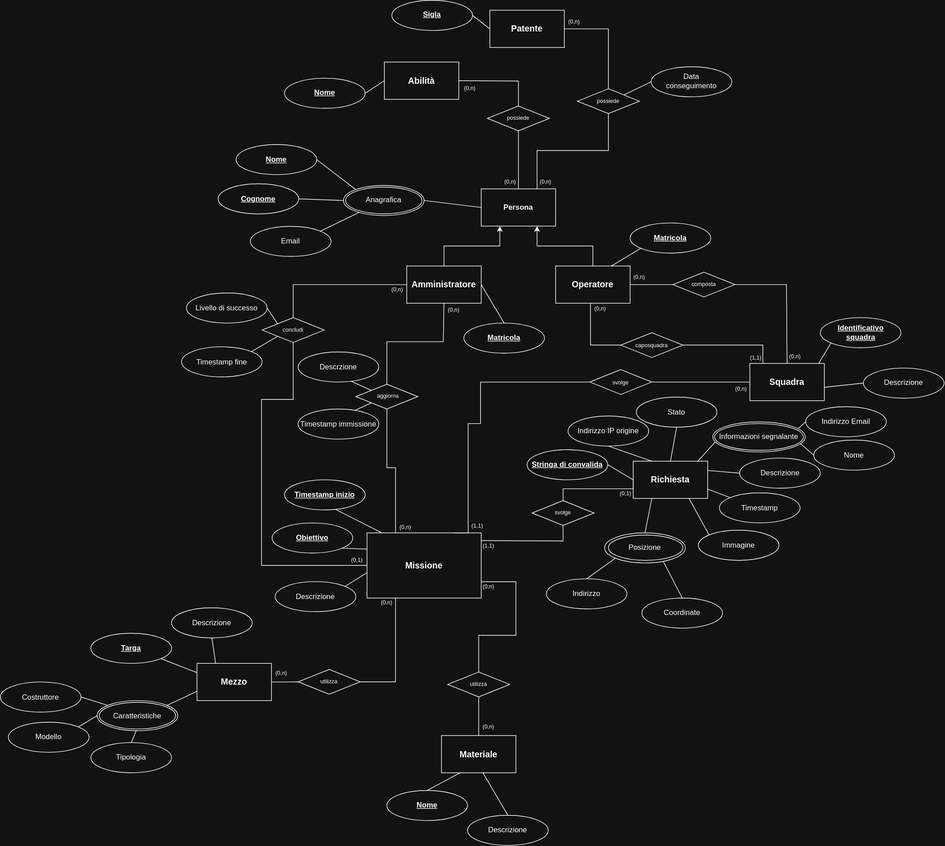
Earlier version of the draw.io export soccorso/ER/ER_soccorso.svg (ScappaMarco/Soccorso). Source tidied: cells renumbered, new cells last; positions are measured from the earlier drawing's top-left corner, leaving out a move shared by most shapes.
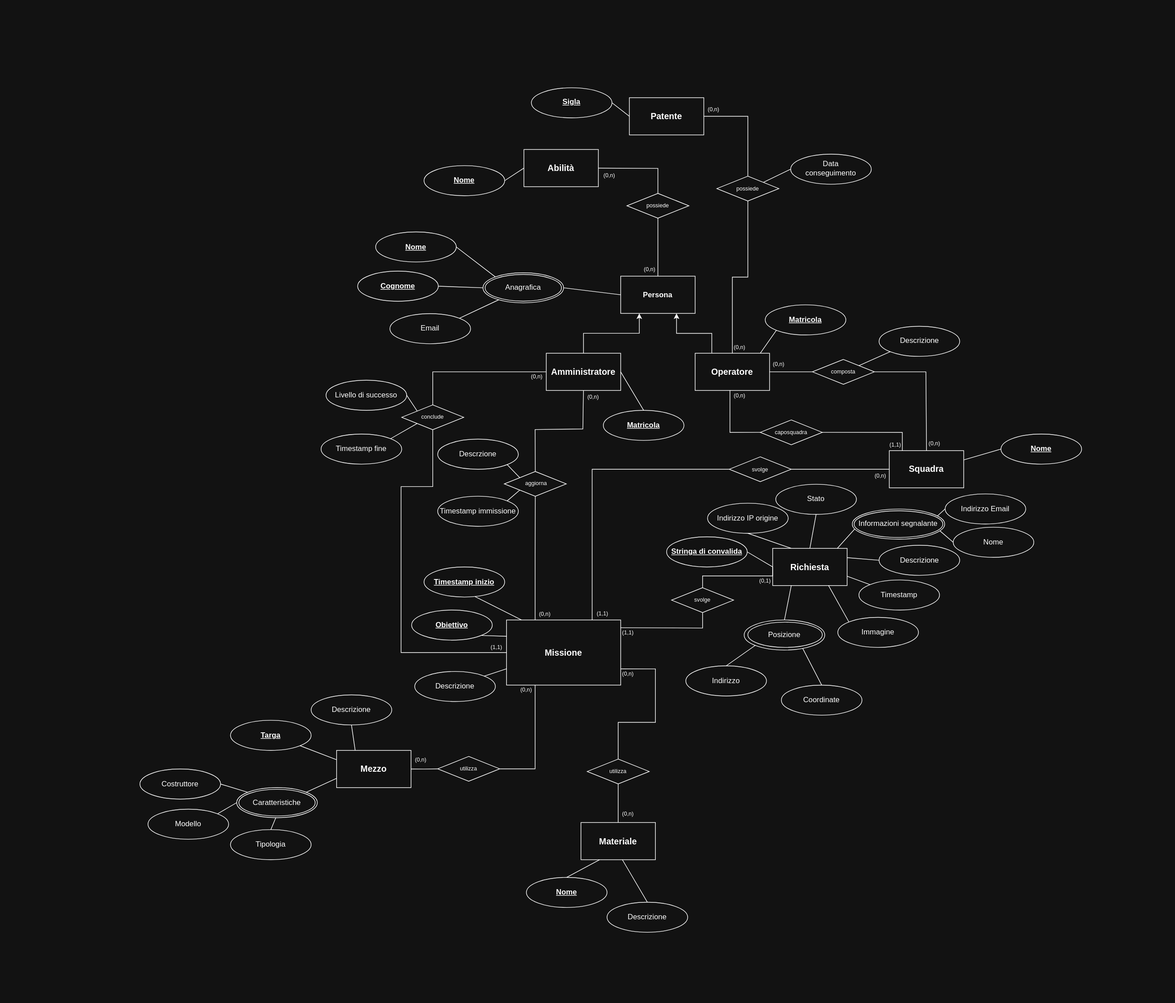
After the commit.

Diff of the diagram source:
```diff
@@ -14,8 +14,13 @@
     <mxCell id="5" style="endArrow=classic;html=1;rounded=0;exitX=0.5;exitY=0;exitDx=0;exitDy=0;entryX=0.25;entryY=1;entryDx=0;entryDy=0;edgeStyle=orthogonalEdgeStyle;" parent="1" edge="1" source="3" target="2">
       <mxGeometry relative="1" as="geometry" />
     </mxCell>
-    <mxCell id="6" style="endArrow=classic;html=1;rounded=0;entryX=0.75;entryY=1;entryDx=0;entryDy=0;exitX=0.5;exitY=0;exitDx=0;exitDy=0;edgeStyle=orthogonalEdgeStyle;" parent="1" edge="1" source="4" target="2">
-      <mxGeometry relative="1" as="geometry" />
+    <mxCell id="6" style="endArrow=classic;html=1;rounded=0;entryX=0.75;entryY=1;entryDx=0;entryDy=0;exitX=0.224;exitY=-0.006;exitDx=0;exitDy=0;edgeStyle=orthogonalEdgeStyle;exitPerimeter=0;" parent="1" edge="1" source="4" target="2">
+      <mxGeometry relative="1" as="geometry">
+        <Array as="points">
+          <mxPoint x="922" y="396" />
+          <mxPoint x="865" y="396" />
+        </Array>
+      </mxGeometry>
     </mxCell>
     <mxCell id="7" value="&lt;font style=&quot;font-size: 14px;&quot;&gt;&lt;b&gt;Squadra&lt;/b&gt;&lt;/font&gt;" style="rounded=0;whiteSpace=wrap;html=1;" parent="1" vertex="1">
       <mxGeometry x="1208" y="585" width="120" height="60" as="geometry" />
@@ -110,13 +115,8 @@
     <mxCell id="35" value="&lt;font style=&quot;font-size: 9px;&quot;&gt;possiede&lt;/font&gt;" style="text;html=1;align=center;verticalAlign=middle;whiteSpace=wrap;rounded=0;" parent="1" vertex="1">
       <mxGeometry x="950" y="146.5" width="60" height="30" as="geometry" />
     </mxCell>
-    <mxCell id="36" style="endArrow=none;html=1;rounded=0;exitX=0.75;exitY=0;exitDx=0;exitDy=0;entryX=0.5;entryY=1;entryDx=0;entryDy=0;" parent="1" edge="1" source="2" target="34">
-      <mxGeometry relative="1" as="geometry">
-        <Array as="points">
-          <mxPoint x="865" y="242" />
-          <mxPoint x="980" y="242" />
-        </Array>
-      </mxGeometry>
+    <mxCell id="36" style="endArrow=none;html=1;rounded=0;exitX=0.5;exitY=0;exitDx=0;exitDy=0;entryX=0.5;entryY=1;entryDx=0;entryDy=0;edgeStyle=orthogonalEdgeStyle;" parent="1" edge="1" source="4" target="34">
+      <mxGeometry relative="1" as="geometry" />
     </mxCell>
     <mxCell id="37" style="endArrow=none;html=1;rounded=0;entryX=1;entryY=0.5;entryDx=0;entryDy=0;exitX=0.5;exitY=0;exitDx=0;exitDy=0;" parent="1" edge="1" source="34" target="30">
       <mxGeometry relative="1" as="geometry">
@@ -129,7 +129,7 @@
       <mxGeometry x="895" y="18.5" width="60" height="30" as="geometry" />
     </mxCell>
     <mxCell id="39" value="&lt;font style=&quot;font-size: 9px;&quot;&gt;(0,n)&lt;/font&gt;" style="text;html=1;align=center;verticalAlign=middle;whiteSpace=wrap;rounded=0;" parent="1" vertex="1">
-      <mxGeometry x="849" y="276.5" width="60" height="30" as="geometry" />
+      <mxGeometry x="937" y="403" width="60" height="30" as="geometry" />
     </mxCell>
     <mxCell id="40" style="ellipse;whiteSpace=wrap;html=1;rounded=0;" parent="1" vertex="1">
       <mxGeometry x="1049" y="107" width="130" height="48.5" as="geometry" />
@@ -178,15 +178,15 @@
       <mxGeometry x="591" y="858" width="184" height="105" as="geometry" />
     </mxCell>
     <mxCell id="54" style="rhombus;whiteSpace=wrap;html=1;rounded=0;" parent="1" vertex="1">
-      <mxGeometry x="573" y="618.5" width="100" height="40" as="geometry" />
+      <mxGeometry x="587.3" y="618.6" width="100" height="40" as="geometry" />
     </mxCell>
     <mxCell id="55" value="&lt;font style=&quot;font-size: 9px;&quot;&gt;aggiorna&lt;/font&gt;" style="text;html=1;align=center;verticalAlign=middle;whiteSpace=wrap;rounded=0;" parent="1" vertex="1">
-      <mxGeometry x="595" y="621.5" width="60" height="30" as="geometry" />
+      <mxGeometry x="609.3" y="621.6" width="60" height="30" as="geometry" />
     </mxCell>
     <mxCell id="56" style="endArrow=none;html=1;rounded=0;entryX=0.5;entryY=1;entryDx=0;entryDy=0;exitX=0.5;exitY=0;exitDx=0;exitDy=0;" parent="1" edge="1" source="54" target="3">
       <mxGeometry relative="1" as="geometry">
         <Array as="points">
-          <mxPoint x="623" y="550" />
+          <mxPoint x="637" y="551" />
           <mxPoint x="714" y="550" />
         </Array>
       </mxGeometry>
@@ -195,7 +195,6 @@
       <mxGeometry relative="1" as="geometry">
         <Array as="points">
           <mxPoint x="637" y="753" />
-          <mxPoint x="623" y="753" />
         </Array>
       </mxGeometry>
     </mxCell>
@@ -208,7 +207,7 @@
     <mxCell id="60" style="rhombus;whiteSpace=wrap;html=1;rounded=0;" parent="1" vertex="1">
       <mxGeometry x="422" y="511.2" width="100" height="40" as="geometry" />
     </mxCell>
-    <mxCell id="61" value="&lt;font style=&quot;font-size: 9px;&quot;&gt;concludi&lt;/font&gt;" style="text;html=1;align=center;verticalAlign=middle;whiteSpace=wrap;rounded=0;" parent="1" vertex="1">
+    <mxCell id="61" value="&lt;font style=&quot;font-size: 9px;&quot;&gt;conclude&lt;/font&gt;" style="text;html=1;align=center;verticalAlign=middle;whiteSpace=wrap;rounded=0;" parent="1" vertex="1">
       <mxGeometry x="442" y="514.5" width="60" height="30" as="geometry" />
     </mxCell>
     <mxCell id="62" style="endArrow=none;html=1;rounded=0;exitX=0.5;exitY=0;exitDx=0;exitDy=0;entryX=0;entryY=0.5;entryDx=0;entryDy=0;" parent="1" edge="1" source="60" target="3">
@@ -230,7 +229,7 @@
     <mxCell id="64" value="&lt;font style=&quot;font-size: 9px;&quot;&gt;(0,n)&lt;/font&gt;" style="text;html=1;align=center;verticalAlign=middle;whiteSpace=wrap;rounded=0;" parent="1" vertex="1">
       <mxGeometry x="610" y="450" width="60" height="30" as="geometry" />
     </mxCell>
-    <mxCell id="65" value="&lt;font style=&quot;font-size: 9px;&quot;&gt;(0,1)&lt;/font&gt;" style="text;html=1;align=center;verticalAlign=middle;whiteSpace=wrap;rounded=0;" parent="1" vertex="1">
+    <mxCell id="65" value="&lt;font style=&quot;font-size: 9px;&quot;&gt;(1,1)&lt;/font&gt;" style="text;html=1;align=center;verticalAlign=middle;whiteSpace=wrap;rounded=0;" parent="1" vertex="1">
       <mxGeometry x="545" y="886" width="60" height="30" as="geometry" />
     </mxCell>
     <mxCell id="66" value="Descrzione" style="ellipse;whiteSpace=wrap;html=1;rounded=0;" parent="1" vertex="1">
@@ -239,10 +238,10 @@
     <mxCell id="67" value="Timestamp immissione" style="ellipse;whiteSpace=wrap;html=1;rounded=0;" parent="1" vertex="1">
       <mxGeometry x="480" y="658.5" width="130" height="48.5" as="geometry" />
     </mxCell>
-    <mxCell id="68" style="endArrow=none;html=1;rounded=0;entryX=0.659;entryY=0.973;entryDx=0;entryDy=0;exitX=0;exitY=0;exitDx=0;exitDy=0;entryPerimeter=0;" parent="1" edge="1" source="54" target="66">
+    <mxCell id="68" style="endArrow=none;html=1;rounded=0;entryX=1;entryY=1;entryDx=0;entryDy=0;exitX=0;exitY=0;exitDx=0;exitDy=0;" parent="1" edge="1" source="54" target="66">
       <mxGeometry relative="1" as="geometry" />
     </mxCell>
-    <mxCell id="69" style="endArrow=none;html=1;rounded=0;exitX=0;exitY=1;exitDx=0;exitDy=0;entryX=0.711;entryY=0.034;entryDx=0;entryDy=0;entryPerimeter=0;" parent="1" edge="1" source="54" target="67">
+    <mxCell id="69" style="endArrow=none;html=1;rounded=0;exitX=0;exitY=1;exitDx=0;exitDy=0;entryX=1;entryY=0;entryDx=0;entryDy=0;" parent="1" edge="1" source="54" target="67">
       <mxGeometry relative="1" as="geometry" />
     </mxCell>
     <mxCell id="70" value="Livello di successo" style="ellipse;whiteSpace=wrap;html=1;rounded=0;" parent="1" vertex="1">
@@ -334,9 +333,9 @@
       <mxGeometry relative="1" as="geometry" />
     </mxCell>
     <mxCell id="97" value="Descrizione" style="ellipse;whiteSpace=wrap;html=1;rounded=0;" parent="1" vertex="1">
-      <mxGeometry x="443" y="936.5" width="130" height="48.5" as="geometry" />
+      <mxGeometry x="443" y="941" width="130" height="48.5" as="geometry" />
     </mxCell>
-    <mxCell id="98" style="endArrow=none;html=1;rounded=0;entryX=0;entryY=0.611;entryDx=0;entryDy=0;exitX=1;exitY=0;exitDx=0;exitDy=0;entryPerimeter=0;" parent="1" edge="1" source="97" target="53">
+    <mxCell id="98" style="endArrow=none;html=1;rounded=0;entryX=0;entryY=0.75;entryDx=0;entryDy=0;exitX=1;exitY=0;exitDx=0;exitDy=0;" parent="1" edge="1" source="97" target="53">
       <mxGeometry relative="1" as="geometry" />
     </mxCell>
     <mxCell id="99" value="Timestamp" style="ellipse;whiteSpace=wrap;html=1;rounded=0;" parent="1" vertex="1">
@@ -372,10 +371,7 @@
     <mxCell id="109" style="endArrow=none;html=1;rounded=0;edgeStyle=orthogonalEdgeStyle;exitX=0.75;exitY=0;exitDx=0;exitDy=0;entryX=0;entryY=0.5;entryDx=0;entryDy=0;" parent="1" edge="1" source="53" target="107">
       <mxGeometry relative="1" as="geometry">
         <Array as="points">
-          <mxPoint x="754" y="858" />
-          <mxPoint x="754" y="682" />
-          <mxPoint x="774" y="682" />
-          <mxPoint x="774" y="615" />
+          <mxPoint x="729" y="615" />
         </Array>
       </mxGeometry>
     </mxCell>
@@ -386,7 +382,7 @@
       <mxGeometry x="1164" y="610" width="60" height="30" as="geometry" />
     </mxCell>
     <mxCell id="112" value="&lt;font style=&quot;font-size: 9px;&quot;&gt;(1,1)&lt;/font&gt;" style="text;html=1;align=center;verticalAlign=middle;whiteSpace=wrap;rounded=0;" parent="1" vertex="1">
-      <mxGeometry x="739" y="830.5" width="60" height="30" as="geometry" />
+      <mxGeometry x="715.5" y="831.5" width="60" height="30" as="geometry" />
     </mxCell>
     <mxCell id="113" value="&lt;font style=&quot;font-size: 14px;&quot;&gt;&lt;b&gt;Mezzo&lt;/b&gt;&lt;/font&gt;" style="rounded=0;whiteSpace=wrap;html=1;" parent="1" vertex="1">
       <mxGeometry x="317" y="1068.2" width="120" height="60" as="geometry" />
@@ -489,33 +485,22 @@
     <mxCell id="143" style="endArrow=none;html=1;rounded=0;entryX=1;entryY=0.5;entryDx=0;entryDy=0;exitX=0;exitY=0;exitDx=0;exitDy=0;" parent="1" edge="1" source="133" target="138">
       <mxGeometry relative="1" as="geometry" />
     </mxCell>
-    <mxCell id="144" style="ellipse;whiteSpace=wrap;html=1;rounded=0;" parent="1" vertex="1">
-      <mxGeometry x="1321.5" y="511.2" width="130" height="48.5" as="geometry" />
-    </mxCell>
-    <mxCell id="145" value="&lt;b&gt;&lt;u&gt;Identificativo squadra&lt;/u&gt;&lt;/b&gt;" style="text;html=1;align=center;verticalAlign=middle;whiteSpace=wrap;rounded=0;" parent="1" vertex="1">
-      <mxGeometry x="1341.5" y="519.5" width="90" height="30" as="geometry" />
-    </mxCell>
     <mxCell id="146" style="ellipse;whiteSpace=wrap;html=1;rounded=0;" parent="1" vertex="1">
-      <mxGeometry x="1391" y="592.5" width="130" height="48.5" as="geometry" />
+      <mxGeometry x="1388" y="558.2" width="130" height="48.5" as="geometry" />
     </mxCell>
-    <mxCell id="147" value="Descrizione" style="text;html=1;align=center;verticalAlign=middle;whiteSpace=wrap;rounded=0;" parent="1" vertex="1">
-      <mxGeometry x="1411" y="600.8" width="90" height="30" as="geometry" />
+    <mxCell id="147" value="&lt;u&gt;&lt;b&gt;Nome&lt;/b&gt;&lt;/u&gt;" style="text;html=1;align=center;verticalAlign=middle;whiteSpace=wrap;rounded=0;" parent="1" vertex="1">
+      <mxGeometry x="1408" y="566.5" width="90" height="30" as="geometry" />
     </mxCell>
-    <mxCell id="148" style="endArrow=none;html=1;rounded=0;exitX=0.924;exitY=0.017;exitDx=0;exitDy=0;exitPerimeter=0;entryX=0;entryY=1;entryDx=0;entryDy=0;" parent="1" edge="1" target="144">
-      <mxGeometry relative="1" as="geometry">
-        <mxPoint x="1318.9" y="585" as="sourcePoint" />
-      </mxGeometry>
-    </mxCell>
-    <mxCell id="149" style="endArrow=none;html=1;rounded=0;entryX=0;entryY=0.5;entryDx=0;entryDy=0;exitX=1;exitY=0.5;exitDx=0;exitDy=0;" parent="1" edge="1" target="146">
-      <mxGeometry relative="1" as="geometry">
-        <mxPoint x="1328" y="623.5" as="sourcePoint" />
-      </mxGeometry>
+    <mxCell id="149" style="endArrow=none;html=1;rounded=0;entryX=0;entryY=0.5;entryDx=0;entryDy=0;exitX=1;exitY=0.25;exitDx=0;exitDy=0;" parent="1" edge="1" source="7" target="146">
+      <mxGeometry relative="1" as="geometry" />
     </mxCell>
     <mxCell id="150" value="&lt;u&gt;&lt;b&gt;Matricola&lt;/b&gt;&lt;/u&gt;" style="ellipse;whiteSpace=wrap;html=1;rounded=0;" parent="1" vertex="1">
-      <mxGeometry x="1015" y="358.8" width="130" height="48.5" as="geometry" />
+      <mxGeometry x="1008" y="350" width="130" height="48.5" as="geometry" />
     </mxCell>
-    <mxCell id="151" style="endArrow=none;html=1;rounded=0;entryX=0;entryY=1;entryDx=0;entryDy=0;exitX=0.75;exitY=0;exitDx=0;exitDy=0;" parent="1" edge="1" source="4" target="150">
-      <mxGeometry relative="1" as="geometry" />
+    <mxCell id="151" style="endArrow=none;html=1;rounded=0;entryX=0;entryY=1;entryDx=0;entryDy=0;" parent="1" edge="1" target="150">
+      <mxGeometry relative="1" as="geometry">
+        <mxPoint x="1000" y="428" as="sourcePoint" />
+      </mxGeometry>
     </mxCell>
     <mxCell id="152" value="Immagine" style="ellipse;whiteSpace=wrap;html=1;rounded=0;" parent="1" vertex="1">
       <mxGeometry x="1125" y="853.8" width="130" height="48.5" as="geometry" />
@@ -544,5 +529,26 @@
     <mxCell id="160" style="endArrow=none;html=1;rounded=0;entryX=0.727;entryY=0.95;entryDx=0;entryDy=0;entryPerimeter=0;exitX=0.5;exitY=0;exitDx=0;exitDy=0;" parent="1" edge="1" source="158" target="154">
       <mxGeometry relative="1" as="geometry" />
     </mxCell>
+    <mxCell id="161" value="&amp;nbsp;" style="text;whiteSpace=wrap;html=1;" parent="1" vertex="1">
+      <mxGeometry x="-225" y="588.2" width="31" height="36" as="geometry" />
+    </mxCell>
+    <mxCell id="162" value="&amp;nbsp;" style="text;whiteSpace=wrap;html=1;" parent="1" vertex="1">
+      <mxGeometry x="683" y="1440" width="31" height="36" as="geometry" />
+    </mxCell>
+    <mxCell id="163" value="&amp;nbsp;" style="text;whiteSpace=wrap;html=1;" parent="1" vertex="1">
+      <mxGeometry x="1638" y="624.2" width="31" height="36" as="geometry" />
+    </mxCell>
+    <mxCell id="164" value="&amp;nbsp;" style="text;whiteSpace=wrap;html=1;" parent="1" vertex="1">
+      <mxGeometry x="730" y="-141" width="31" height="36" as="geometry" />
+    </mxCell>
+    <mxCell id="165" style="ellipse;whiteSpace=wrap;html=1;rounded=0;" parent="1" vertex="1">
+      <mxGeometry x="1191.5" y="384.5" width="130" height="48.5" as="geometry" />
+    </mxCell>
+    <mxCell id="166" value="Descrizione" style="text;html=1;align=center;verticalAlign=middle;whiteSpace=wrap;rounded=0;" parent="1" vertex="1">
+      <mxGeometry x="1211.5" y="392.8" width="90" height="30" as="geometry" />
+    </mxCell>
+    <mxCell id="167" style="endArrow=none;html=1;rounded=0;entryX=0;entryY=1;entryDx=0;entryDy=0;exitX=1;exitY=0;exitDx=0;exitDy=0;" parent="1" edge="1" source="43" target="165">
+      <mxGeometry relative="1" as="geometry" />
+    </mxCell>
   </root>
 </mxGraphModel>
```
